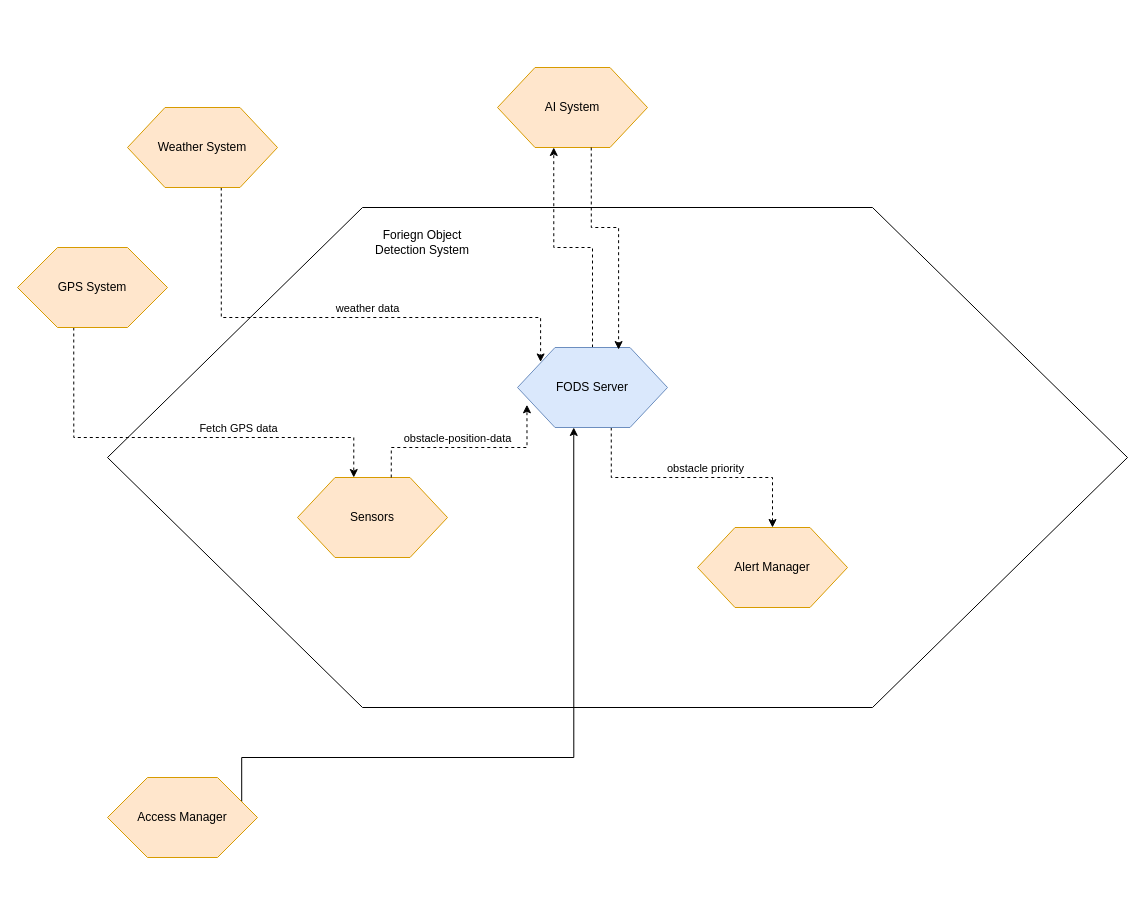
varuneranki/MBSE keeps this draw.io diagram as Environment Diagram.drawio. Above is the earlier version. Source tidied: cells renumbered, new cells numbered last; positions are measured from the earlier drawing's top-left corner, leaving out a move shared by most shapes. Both pictures are drawn from the tidied source at 100%, with x=0, y=0 at pixel (17, 67).
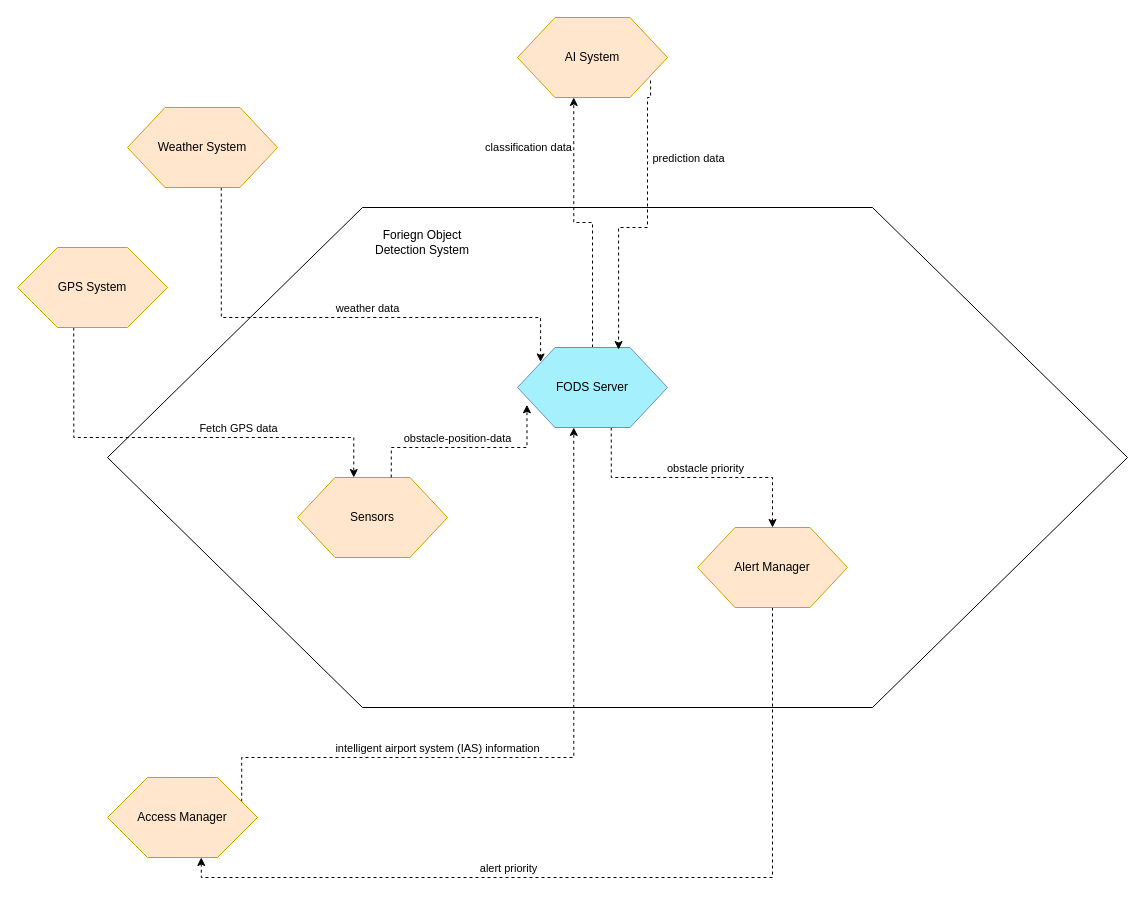
After the change.

The change refers to these unchanged cells:
```xml
<mxCell id="5" style="edgeStyle=orthogonalEdgeStyle;rounded=0;jettySize=auto;html=1;exitX=0.5;exitY=0;exitDx=0;exitDy=0;entryX=0.375;entryY=1;entryDx=0;entryDy=0;dashed=1;" parent="1" edge="1" source="6" target="20">
  <mxGeometry relative="1" as="geometry" />
</mxCell>
<mxCell id="9" value="Alert Manager" style="shape=hexagon;perimeter=hexagonPerimeter2;whiteSpace=wrap;html=1;size=0.25;fillColor=#ffe6cc;strokeColor=#d79b00;fontColor=#000000;" parent="1" vertex="1">
  <mxGeometry x="680" y="460" width="150" height="80" as="geometry" />
</mxCell>
<mxCell id="17" value="Access Manager" style="shape=hexagon;perimeter=hexagonPerimeter2;whiteSpace=wrap;html=1;size=0.26666666666666666;fillColor=#ffe6cc;strokeColor=#d79b00;fontColor=#000000;" parent="1" vertex="1">
  <mxGeometry x="90" y="710" width="150" height="80" as="geometry" />
</mxCell>
```

The edit, as a diff of the source:
```diff
@@
+    <mxCell id="22" value="classification data" style="edgeLabel;html=1;align=center;verticalAlign=middle;" parent="5" vertex="1">
+      <mxGeometry x="0.55" y="-2" relative="1" as="geometry">
+        <mxPoint x="-48" y="-11" as="offset" />
+      </mxGeometry>
+    </mxCell>
-    <mxCell id="6" value="FODS Server" style="shape=hexagon;perimeter=hexagonPerimeter2;whiteSpace=wrap;html=1;size=0.25;fillColor=#dae8fc;strokeColor=#6c8ebf;fontColor=#000000;" parent="1" vertex="1">
+    <mxCell id="6" value="FODS Server" style="shape=hexagon;perimeter=hexagonPerimeter2;whiteSpace=wrap;html=1;size=0.25;fillColor=#A4F0FC;strokeColor=#6c8ebf;fontColor=#000000;" parent="1" vertex="1">
       <mxGeometry x="500" y="280" width="150" height="80" as="geometry" />
     </mxCell>
@@
+    <mxCell id="23" style="edgeStyle=orthogonalEdgeStyle;rounded=0;jettySize=auto;html=1;exitX=0.5;exitY=1;exitDx=0;exitDy=0;entryX=0.625;entryY=1;entryDx=0;entryDy=0;dashed=1;" parent="1" edge="1" source="9" target="17">
+      <mxGeometry relative="1" as="geometry" />
+    </mxCell>
+    <mxCell id="24" value="alert priority" style="edgeLabel;html=1;align=center;verticalAlign=middle;" parent="23" vertex="1">
+      <mxGeometry x="0.14" y="3" relative="1" as="geometry">
+        <mxPoint x="-44" y="-13" as="offset" />
+      </mxGeometry>
+    </mxCell>
@@
-    <mxCell id="16" style="edgeStyle=orthogonalEdgeStyle;rounded=0;jettySize=auto;html=1;exitX=1;exitY=0.25;exitDx=0;exitDy=0;entryX=0.375;entryY=1;entryDx=0;entryDy=0;" parent="1" edge="1" source="17" target="6">
+    <mxCell id="16" style="edgeStyle=orthogonalEdgeStyle;rounded=0;jettySize=auto;html=1;exitX=1;exitY=0.25;exitDx=0;exitDy=0;entryX=0.375;entryY=1;entryDx=0;entryDy=0;dashed=1;" parent="1" edge="1" source="17" target="6">
       <mxGeometry relative="1" as="geometry">
         <Array as="points">
           <mxPoint x="224" y="690" />
           <mxPoint x="556" y="690" />
         </Array>
       </mxGeometry>
     </mxCell>
+    <mxCell id="25" value="&lt;span style=&quot;color: rgb(0, 0, 0); font-family: Helvetica; font-size: 11px; font-style: normal; font-variant-ligatures: normal; font-variant-caps: normal; font-weight: 400; letter-spacing: normal; orphans: 2; text-align: center; text-indent: 0px; text-transform: none; widows: 2; word-spacing: 0px; -webkit-text-stroke-width: 0px; white-space: nowrap; background-color: rgb(255, 255, 255); text-decoration-thickness: initial; text-decoration-style: initial; text-decoration-color: initial; display: inline !important; float: none;&quot;&gt;intelligent airport system (IAS) information&lt;/span&gt;" style="edgeLabel;html=1;align=center;verticalAlign=middle;" parent="16" vertex="1">
+      <mxGeometry x="-0.3" relative="1" as="geometry">
+        <mxPoint x="-7" y="-10" as="offset" />
+      </mxGeometry>
+    </mxCell>
@@
     <mxCell id="20" value="AI System" style="shape=hexagon;perimeter=hexagonPerimeter2;whiteSpace=wrap;html=1;size=0.25;fillColor=#ffe6cc;strokeColor=#d79b00;fontColor=#000000;" parent="1" vertex="1">
-      <mxGeometry x="480" width="150" height="80" as="geometry" />
+      <mxGeometry x="500" y="-50" width="150" height="80" as="geometry" />
     </mxCell>
-    <mxCell id="21" style="edgeStyle=orthogonalEdgeStyle;rounded=0;jettySize=auto;html=1;exitX=0.625;exitY=1;exitDx=0;exitDy=0;entryX=0.674;entryY=0.026;entryDx=0;entryDy=0;entryPerimeter=0;dashed=1;startArrow=none;startFill=0;" parent="1" edge="1" source="20" target="6">
+    <mxCell id="21" style="edgeStyle=orthogonalEdgeStyle;rounded=0;jettySize=auto;html=1;exitX=0.887;exitY=0.788;exitDx=0;exitDy=0;entryX=0.674;entryY=0.026;entryDx=0;entryDy=0;entryPerimeter=0;dashed=1;startArrow=none;startFill=0;exitPerimeter=0;" parent="1" edge="1" source="20" target="6">
       <mxGeometry relative="1" as="geometry">
         <Array as="points">
-          <mxPoint x="574" y="160" />
+          <mxPoint x="633" y="30" />
+          <mxPoint x="630" y="30" />
+          <mxPoint x="630" y="160" />
           <mxPoint x="601" y="160" />
         </Array>
       </mxGeometry>
     </mxCell>
+    <mxCell id="26" value="prediction data" style="edgeLabel;html=1;align=center;verticalAlign=middle;" parent="21" vertex="1">
+      <mxGeometry x="-0.42" y="-2" relative="1" as="geometry">
+        <mxPoint x="42" y="-6" as="offset" />
+      </mxGeometry>
+    </mxCell>
```
